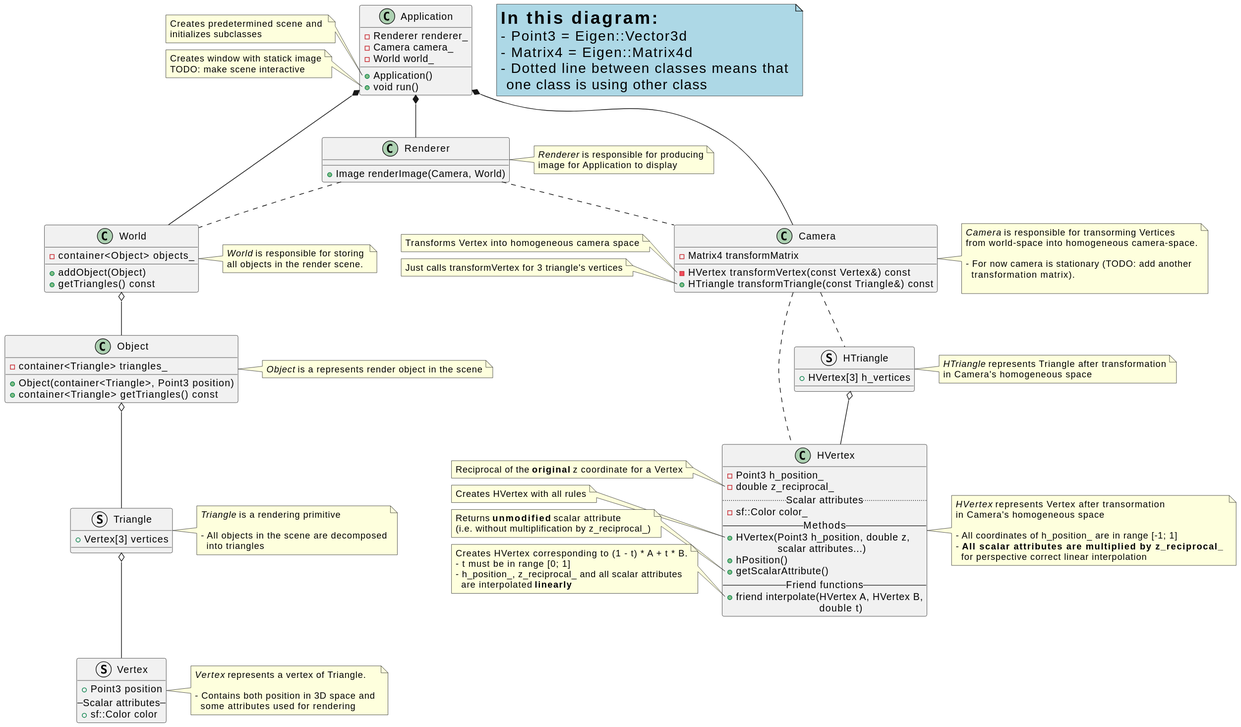
This is docs/svg/Class_Diagram.svg from K1ngNothing/3D-Render-from-Scratch, a PlantUML export, as it was before one commit. The source it was exported from:
```plantuml
@startuml Class_Diagram

!$s = "<U+0020>"
!$t = $s + $s + $s + $s


note as floatingNote #LightBlue
    <b><size::25>In this diagram:
    <size::20>- Point3 = Eigen::Vector3d
    <size::20>- Matrix4 = Eigen::Matrix4d
    <size::20>- Dotted line between classes means that
      <size::20>one class is using other class
end note

class Application {
  + Application()
  + void run()
  - Renderer renderer_
  - Camera camera_
  - World world_
}

note left of Application::Application
  Creates predetermined scene and
  initializes subclasses
end note

note left of Application::run
  Creates window with statick image
  TODO: make scene interactive
end note


class Renderer {
  + Image renderImage(Camera, World)
}

note right of Renderer
    <i>Renderer</i> is responsible for producing
    image for Application to display
end note


class World {
    - container<Object> objects_
    + addObject(Object)
    + getTriangles() const
}

note right of World
    <i>World</i> is responsible for storing
    all objects in the render scene.
end note


class Object {
    + Object(container<Triangle>, Point3 position)
    + container<Triangle> getTriangles() const
    - container<Triangle> triangles_
}

note right
    <i>Object</i> is a represents render object in the scene
end note



struct Triangle {
    + Vertex[3] vertices
}

note right of Triangle
  <i>Triangle</i> is a rendering primitive

  - All objects in the scene are decomposed
    into triangles
end note


struct Vertex {
    + Point3 position
    -- Scalar attributes --
    + sf::Color color
}

note right of Vertex
    <i>Vertex</i> represents a vertex of Triangle.

    - Contains both position in 3D space and
      some attributes used for rendering
end note


class Camera {
    - Matrix4 transformMatrix
    - HVertex transformVertex(const Vertex&) const
    + HTriangle transformTriangle(const Triangle&) const
}

note right of Camera
    <i>Camera</i> is responsible for transorming Vertices
    from world-space into homogeneous camera-space.

    - For now camera is stationary (TODO: add another
      transformation matrix).

end note

note left of Camera::transformVertex
    Transforms Vertex into homogeneous camera space
end note

note left of Camera::transformTriangle
    Just calls transformVertex for 3 triangle's vertices
end note


class HVertex {
    - Point3 h_position_
    - double z_reciprocal_
    .. Scalar attributes ..
    - sf::Color color_
    -- Methods --
    + HVertex(Point3 h_position, double z,
    $t $t $t scalar attributes...)
    + hPosition()
    + getScalarAttribute()
    -- Friend functions --
    + friend interpolate(HVertex A, HVertex B,
    $t $t $t $t $t $t double t)
}

note right of HVertex
    <i>HVertex</i> represents Vertex after transormation
    in Camera's homogeneous space

    - All coordinates of h_position_ are in range [-1; 1]
    - <b>All scalar attributes are multiplied by z_reciprocal_</b>
      for perspective correct linear interpolation
end note

note left of HVertex::z_reciprocal_
    Reciprocal of the <b>original</b> z coordinate for a Vertex
end note

note left of HVertex::HVertex
    Creates HVertex with all rules
end note

note left of HVertex::getScalarAttribute
    Returns <b>unmodified</b> scalar attribute
    (i.e. without multiplification by z_reciprocal_)
end note

note left of HVertex::interpolate
    Creates HVertex corresponding to (1 - t) * A + t * B.
    - t must be in range [0; 1]
    - h_position_, z_reciprocal_ and all scalar attributes
      are interpolated <b>linearly</b>
end note


struct HTriangle {
    + HVertex[3] h_vertices
}

note right of HTriangle
    <i>HTriangle</i> represents Triangle after transformation
    in Camera's homogeneous space
end note



Triangle o-- Vertex
Object o-- Triangle
World o-- Object
Camera .. HVertex
Camera .. HTriangle
HTriangle o-- HVertex
Renderer .. World
Renderer .. Camera
Application *-- World
Application *-- Renderer
Application *-- Camera

@enduml
```
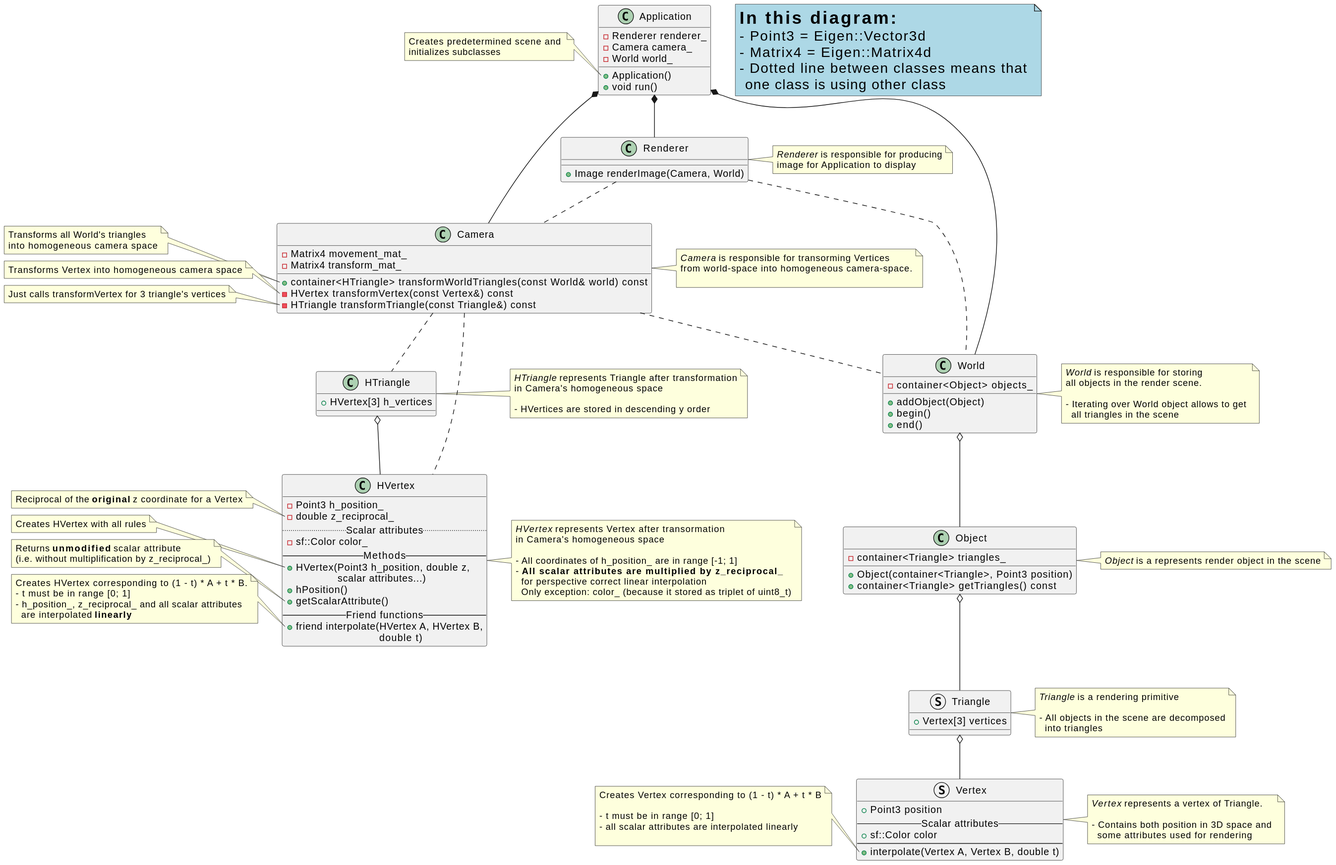
Above is the later version.

The edit, as a diff of the source:
```diff
@@ -1,5 +1,4 @@
-@startuml Class_Diagram
-
+@startuml
 !$s = "<U+0020>"
 !$t = $s + $s + $s + $s
 
@@ -25,11 +24,6 @@
   initializes subclasses
 end note
 
-note left of Application::run
-  Creates window with statick image
-  TODO: make scene interactive
-end note
-
 
 class Renderer {
   + Image renderImage(Camera, World)
@@ -44,12 +38,16 @@
 class World {
     - container<Object> objects_
     + addObject(Object)
-    + getTriangles() const
+    + begin()
+    + end()
 }
 
 note right of World
     <i>World</i> is responsible for storing
     all objects in the render scene.
+
+    - Iterating over World object allows to get
+      all triangles in the scene
 end note
 
 
@@ -81,6 +79,8 @@
     + Point3 position
     -- Scalar attributes --
     + sf::Color color
+    ---
+    + interpolate(Vertex A, Vertex B, double t)
 }
 
 note right of Vertex
@@ -90,21 +90,34 @@
       some attributes used for rendering
 end note
 
+note left of Vertex::interpolate
+    Creates Vertex corresponding to (1 - t) * A + t * B
+
+    - t must be in range [0; 1]
+    - all scalar attributes are interpolated linearly
+
+end note
+
 
 class Camera {
-    - Matrix4 transformMatrix
+    - Matrix4 movement_mat_
+    - Matrix4 transform_mat_
+    + container<HTriangle> transformWorldTriangles(const World& world) const
     - HVertex transformVertex(const Vertex&) const
-    + HTriangle transformTriangle(const Triangle&) const
+    - HTriangle transformTriangle(const Triangle&) const
 }
 
 note right of Camera
     <i>Camera</i> is responsible for transorming Vertices
     from world-space into homogeneous camera-space.
 
-    - For now camera is stationary (TODO: add another
-      transformation matrix).
+end note
 
+note left of Camera::transformWorldTriangles
+    Transforms all World's triangles
+    into homogeneous camera space
 end note
+
 
 note left of Camera::transformVertex
     Transforms Vertex into homogeneous camera space
@@ -137,6 +150,7 @@
     - All coordinates of h_position_ are in range [-1; 1]
     - <b>All scalar attributes are multiplied by z_reciprocal_</b>
       for perspective correct linear interpolation
+      Only exception: color_ (because it stored as triplet of uint8_t)
 end note
 
 note left of HVertex::z_reciprocal_
@@ -160,13 +174,15 @@
 end note
 
 
-struct HTriangle {
+class HTriangle {
     + HVertex[3] h_vertices
 }
 
 note right of HTriangle
     <i>HTriangle</i> represents Triangle after transformation
     in Camera's homogeneous space
+
+    - HVertices are stored in descending y order
 end note
 
 
@@ -179,8 +195,8 @@
 HTriangle o-- HVertex
 Renderer .. World
 Renderer .. Camera
+Camera .. World
 Application *-- World
 Application *-- Renderer
 Application *-- Camera
-
 @enduml
```
